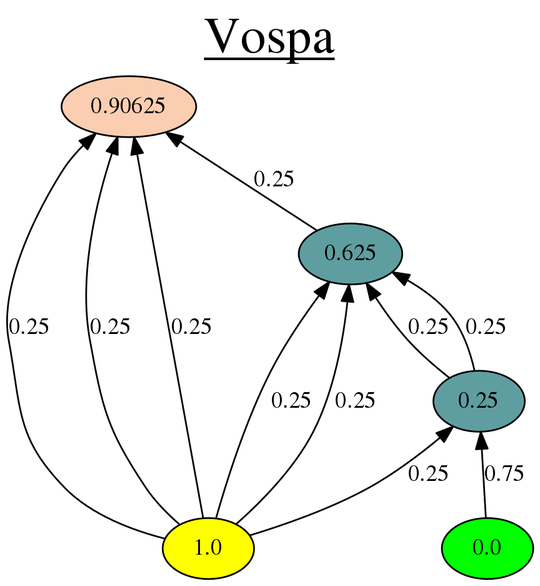
Earlier version of the Graphviz export GuiTool/image/Vospa/VospaDot.png (iitramar/guiTool). Its source is kept beside it as GuiTool/image/Vospa/VospaDot.dot.
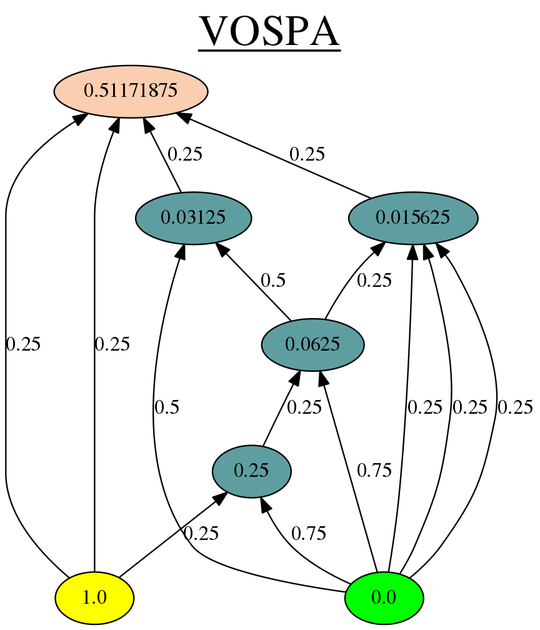
The same file after the commit.

Diff of the diagram source:
```diff
@@ -1,28 +1,36 @@
 digraph G {
 rankdir = BT;
-graph [label= <<u>Vospa</u>> , labelloc=t, fontsize=30];
+graph [label= <<u>VOSPA</u>> , labelloc=t, fontsize=30];
 compound=true;
 1.0[style=filled, fillcolor=yellow];
 1.0->0.25[label=0.25];
 0.0[style=filled, fillcolor=green];
 0.0->0.25[label=0.75];
-0.625 [style=filled, fillcolor=white];
-1.0->0.625[label=0.25];
-0.625 [style=filled, fillcolor=white];
-1.0->0.625[label=0.25];
-0.625 [style=filled, fillcolor=white];
-0.25->0.625[label=0.25];
-0.625 [style=filled, fillcolor=white];
-0.25->0.625[label=0.25];
-0.625[style=filled, fillcolor="#5F9EA0"];
-0.90625 [style=filled, fillcolor=white];
-1.0->0.90625[label=0.25];
-0.90625 [style=filled, fillcolor=white];
-1.0->0.90625[label=0.25];
-0.90625 [style=filled, fillcolor=white];
-1.0->0.90625[label=0.25];
-0.90625 [style=filled, fillcolor=white];
-0.625->0.90625[label=0.25];
-0.90625 [style=filled, fillcolor="#FBCEB1"];
+0.25->0.0625[label=0.25];
+0.0[style=filled, fillcolor=green];
+0.0->0.0625[label=0.75];
+0.0625->0.03125[label=0.5];
+0.0[style=filled, fillcolor=green];
+0.0->0.03125[label=0.5];
+0.015625 [style=filled, fillcolor=white];
+0.0625->0.015625[label=0.25];
+0.015625 [style=filled, fillcolor=white];
+0.0->0.015625[label=0.25];
+0.015625 [style=filled, fillcolor=white];
+0.0->0.015625[label=0.25];
+0.015625 [style=filled, fillcolor=white];
+0.0->0.015625[label=0.25];
+0.015625[style=filled, fillcolor="#5F9EA0"];
+0.51171875 [style=filled, fillcolor=white];
+1.0->0.51171875[label=0.25];
+0.51171875 [style=filled, fillcolor=white];
+1.0->0.51171875[label=0.25];
+0.51171875 [style=filled, fillcolor=white];
+0.03125->0.51171875[label=0.25];
+0.51171875 [style=filled, fillcolor=white];
+0.015625->0.51171875[label=0.25];
+0.51171875 [style=filled, fillcolor="#FBCEB1"];
+0.03125[style=filled, fillcolor="#5F9EA0"];
+0.0625[style=filled, fillcolor="#5F9EA0"];
 0.25[style=filled, fillcolor="#5F9EA0"];
 }
```
